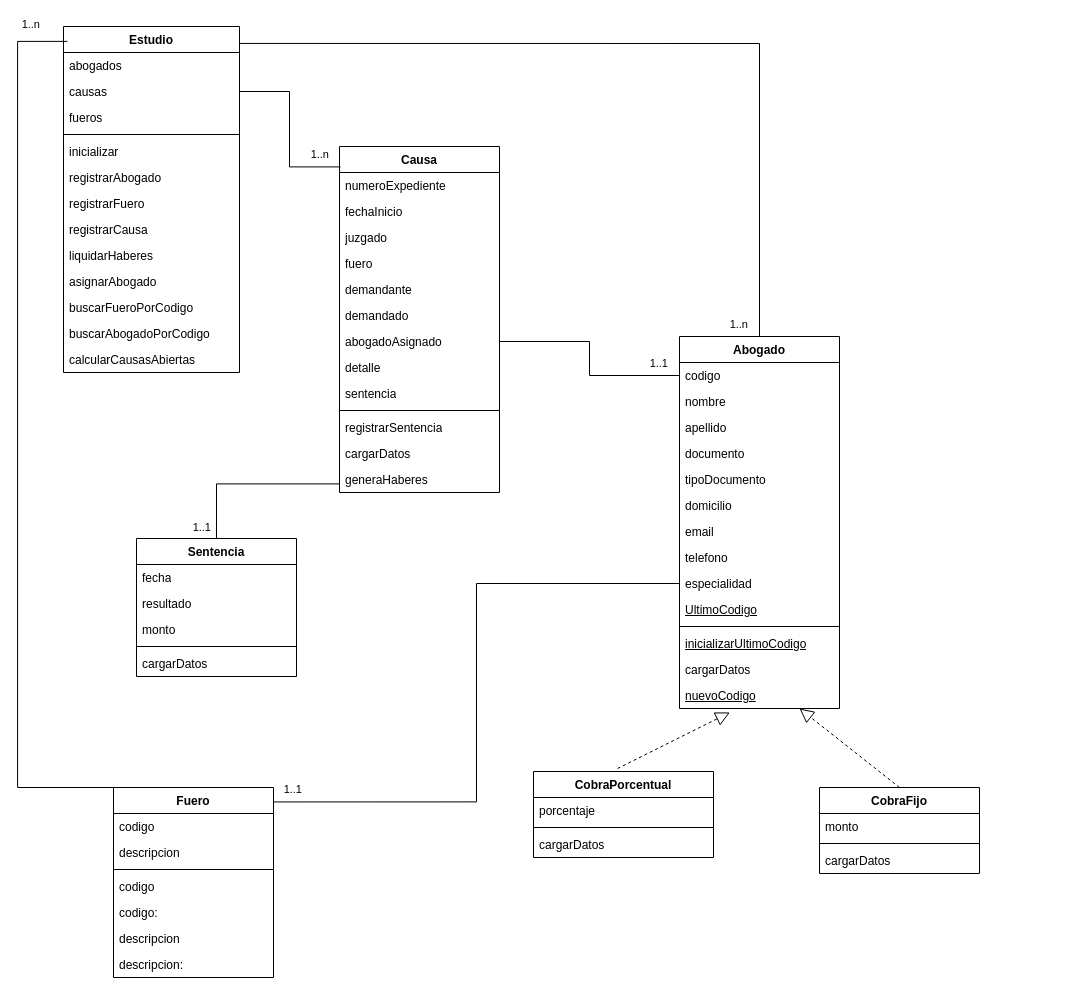
The draw.io diagram page "DiagramaClases" (1 of 2) of diagrama.drawio in Valentin-Leone-Arriola/Paradigmas-2026-2k06-G03, before the edit. Source tidied: cells renumbered, new cells numbered last; positions are measured from the earlier drawing's top-left corner, leaving out a move shared by most shapes. Both pictures are drawn from the tidied source at 100%, with x=0, y=0 at pixel (17, 26).
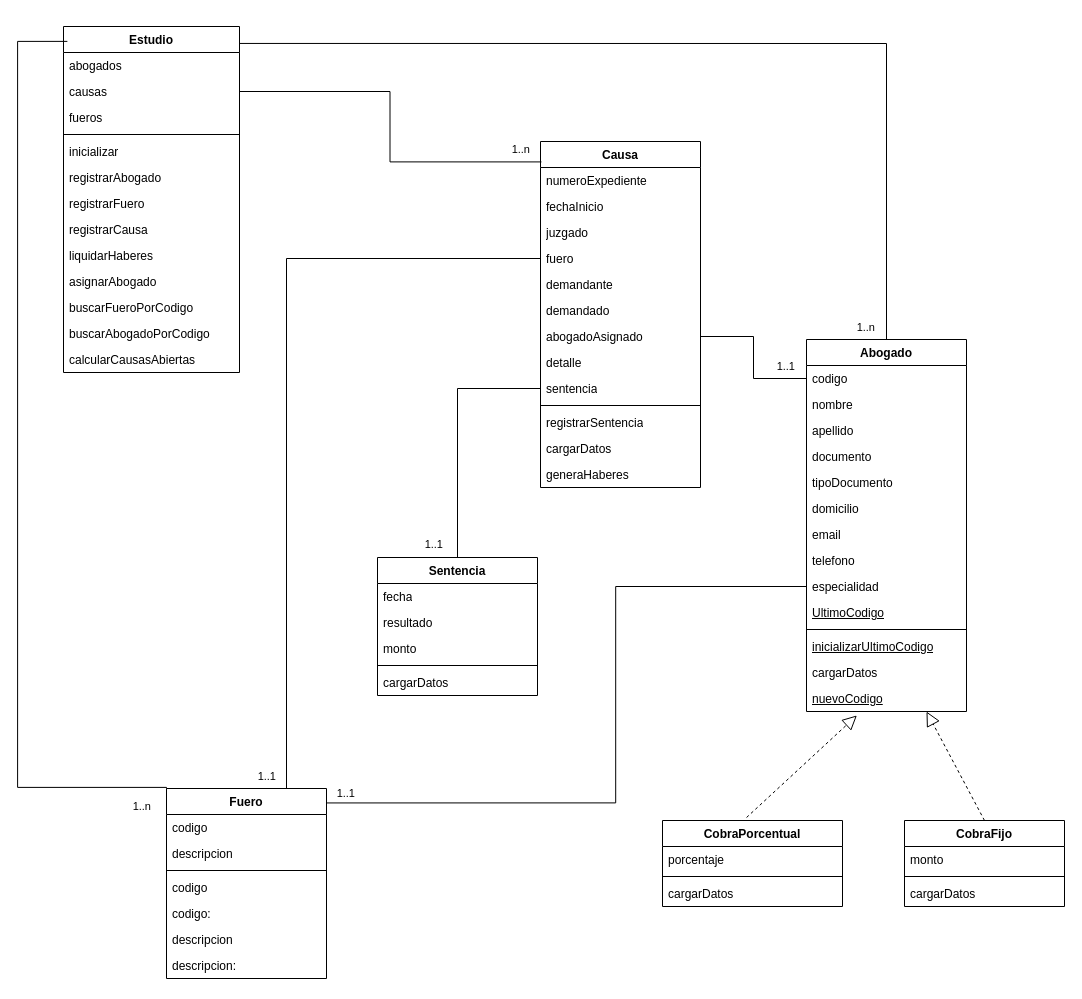
The same page after the edit.

Commit message:
correcion diagrama

The change refers to these unchanged cells:
```xml
<mxCell id="6" value="fuero" style="text;strokeColor=none;fillColor=none;align=left;verticalAlign=top;spacingLeft=4;spacingRight=4;overflow=hidden;points=[[0,0.5],[1,0.5]];portConstraint=eastwest;whiteSpace=wrap;html=1;" parent="2" vertex="1">
  <mxGeometry y="104" width="160" height="26" as="geometry" />
</mxCell>
<mxCell id="11" value="sentencia" style="text;strokeColor=none;fillColor=none;align=left;verticalAlign=top;spacingLeft=4;spacingRight=4;overflow=hidden;points=[[0,0.5],[1,0.5]];portConstraint=eastwest;whiteSpace=wrap;html=1;" parent="2" vertex="1">
  <mxGeometry y="234" width="160" height="26" as="geometry" />
</mxCell>
<mxCell id="25" value="especialidad" style="text;strokeColor=none;fillColor=none;align=left;verticalAlign=top;spacingLeft=4;spacingRight=4;overflow=hidden;points=[[0,0.5],[1,0.5]];portConstraint=eastwest;whiteSpace=wrap;html=1;" parent="16" vertex="1">
  <mxGeometry y="234" width="160" height="26" as="geometry" />
</mxCell>
<mxCell id="77" style="endArrow=none;html=1;edgeStyle=orthogonalEdgeStyle;rounded=0;exitX=0;exitY=0;exitDx=0;exitDy=0;entryX=0.022;entryY=0.043;entryDx=0;entryDy=0;entryPerimeter=0;" parent="1" edge="1" source="59" target="31">
  <mxGeometry relative="1" as="geometry">
    <Array as="points">
      <mxPoint x="0.1" y="760.9" />
      <mxPoint x="0.1" y="14.9" />
    </Array>
  </mxGeometry>
</mxCell>
```

The edit, as a diff of the source:
```diff
@@
     <mxCell id="2" value="Causa" style="swimlane;fontStyle=1;align=center;verticalAlign=top;horizontal=1;startSize=26;whiteSpace=wrap;html=1;" parent="1" vertex="1">
-      <mxGeometry x="322" y="120" width="160" height="346" as="geometry" />
+      <mxGeometry x="523" y="115" width="160" height="346" as="geometry" />
     </mxCell>
@@
     <mxCell id="16" value="Abogado" style="swimlane;fontStyle=1;align=center;verticalAlign=top;horizontal=1;startSize=26;whiteSpace=wrap;html=1;" parent="1" vertex="1">
-      <mxGeometry x="662" y="310" width="160" height="372" as="geometry" />
+      <mxGeometry x="789" y="313" width="160" height="372" as="geometry" />
     </mxCell>
@@
-    <mxCell id="47" style="endArrow=none;html=1;edgeStyle=orthogonalEdgeStyle;rounded=0;exitX=0.5;exitY=0;exitDx=0;exitDy=0;entryX=0;entryY=0.5;entryDx=0;entryDy=0;" parent="1" edge="1" source="53" target="11">
-      <mxGeometry relative="1" as="geometry">
-        <Array as="points">
-          <mxPoint x="198.9" y="457.4" />
-          <mxPoint x="322" y="457.4" />
-        </Array>
-      </mxGeometry>
-    </mxCell>
-    <mxCell id="48" value="1..1" style="edgeLabel;html=1;align=right;verticalAlign=bottom;" parent="47" vertex="1">
-      <mxGeometry x="1" relative="1" as="geometry">
-        <mxPoint x="-128" y="142" as="offset" />
-      </mxGeometry>
-    </mxCell>
@@
     <mxCell id="53" value="Sentencia" style="swimlane;fontStyle=1;align=center;verticalAlign=top;horizontal=1;startSize=26;whiteSpace=wrap;html=1;" parent="1" vertex="1">
-      <mxGeometry x="119" y="512" width="160" height="138" as="geometry" />
+      <mxGeometry x="360" y="531" width="160" height="138" as="geometry" />
     </mxCell>
@@
     <mxCell id="59" value="Fuero" style="swimlane;fontStyle=1;align=center;verticalAlign=top;horizontal=1;startSize=26;whiteSpace=wrap;html=1;" parent="1" vertex="1">
-      <mxGeometry x="96" y="761" width="160" height="190" as="geometry" />
+      <mxGeometry x="149" y="762" width="160" height="190" as="geometry" />
     </mxCell>
@@
     <mxCell id="69" value="CobraFijo" style="swimlane;fontStyle=1;align=center;verticalAlign=top;horizontal=1;startSize=26;whiteSpace=wrap;html=1;" parent="1" vertex="1">
-      <mxGeometry x="802" y="761" width="160" height="86" as="geometry" />
+      <mxGeometry x="887" y="794" width="160" height="86" as="geometry" />
     </mxCell>
@@
     <mxCell id="73" value="CobraPorcentual" style="swimlane;fontStyle=1;align=center;verticalAlign=top;horizontal=1;startSize=26;whiteSpace=wrap;html=1;" parent="1" vertex="1">
-      <mxGeometry x="516" y="745" width="180" height="86" as="geometry" />
+      <mxGeometry x="645" y="794" width="180" height="86" as="geometry" />
     </mxCell>
@@
     <mxCell id="78" value="1..n" style="edgeLabel;html=1;align=right;verticalAlign=bottom;" parent="77" vertex="1">
       <mxGeometry x="1" relative="1" as="geometry">
-        <mxPoint x="-27" y="-9" as="offset" />
+        <mxPoint x="84" y="773" as="offset" />
       </mxGeometry>
     </mxCell>
     <mxCell id="79" style="endArrow=none;html=1;edgeStyle=orthogonalEdgeStyle;rounded=0;exitX=1.003;exitY=0.076;exitDx=0;exitDy=0;entryX=0;entryY=0.5;entryDx=0;entryDy=0;exitPerimeter=0;" parent="1" edge="1" source="59" target="25">
-      <mxGeometry relative="1" as="geometry" />
+      <mxGeometry relative="1" as="geometry">
+        <Array as="points">
+          <mxPoint x="598.2" y="776.4" />
+          <mxPoint x="598.2" y="560" />
+        </Array>
+      </mxGeometry>
     </mxCell>
     <mxCell id="80" value="1..1" style="edgeLabel;html=1;align=right;verticalAlign=bottom;" parent="79" vertex="1">
       <mxGeometry x="1" relative="1" as="geometry">
-        <mxPoint x="-377" y="214" as="offset" />
+        <mxPoint x="-451" y="215" as="offset" />
       </mxGeometry>
     </mxCell>
+    <mxCell id="47" style="endArrow=none;html=1;edgeStyle=orthogonalEdgeStyle;rounded=0;exitX=0.5;exitY=0;exitDx=0;exitDy=0;entryX=0;entryY=0.5;entryDx=0;entryDy=0;" parent="1" edge="1" source="53" target="11">
+      <mxGeometry relative="1" as="geometry" />
+    </mxCell>
+    <mxCell id="81" value="1..1" style="edgeLabel;html=1;align=right;verticalAlign=bottom;" parent="47" vertex="1">
+      <mxGeometry x="1" relative="1" as="geometry">
+        <mxPoint x="-97" y="164" as="offset" />
+      </mxGeometry>
+    </mxCell>
+    <mxCell id="82" style="endArrow=none;html=1;edgeStyle=orthogonalEdgeStyle;rounded=0;exitX=0.75;exitY=0;exitDx=0;exitDy=0;entryX=0;entryY=0.5;entryDx=0;entryDy=0;" parent="1" edge="1" source="59" target="6">
+      <mxGeometry relative="1" as="geometry" />
+    </mxCell>
+    <mxCell id="83" value="1..1" style="edgeLabel;html=1;align=right;verticalAlign=bottom;" parent="82" vertex="1">
+      <mxGeometry x="1" relative="1" as="geometry">
+        <mxPoint x="-264" y="526" as="offset" />
+      </mxGeometry>
+    </mxCell>
```
